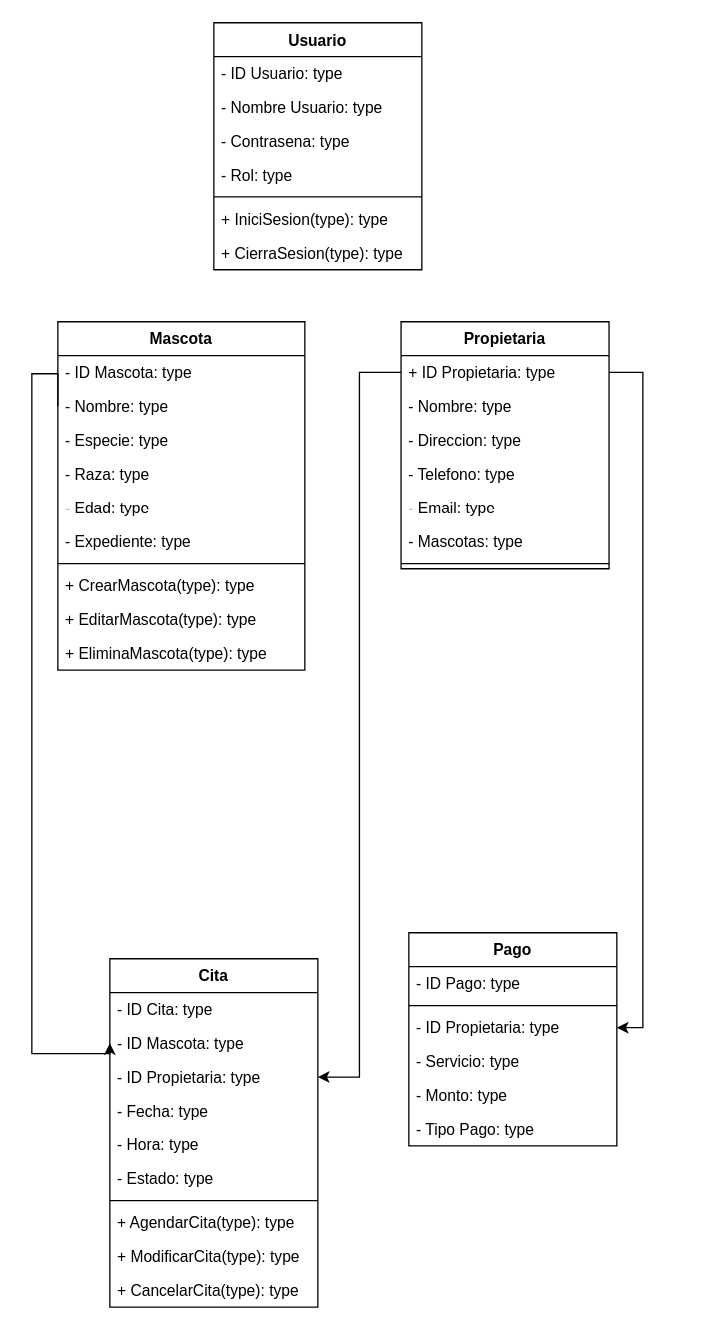
This is Diagrama sin título.drawio from NixieNixi/diagramaClases, a draw.io file, before an edit. Source tidied: cells renumbered, new cells numbered last; positions are measured from the earlier drawing's top-left corner, leaving out a move shared by most shapes. Both pictures are drawn from the tidied source at 130%, with x=0, y=0 at pixel (31, 22).
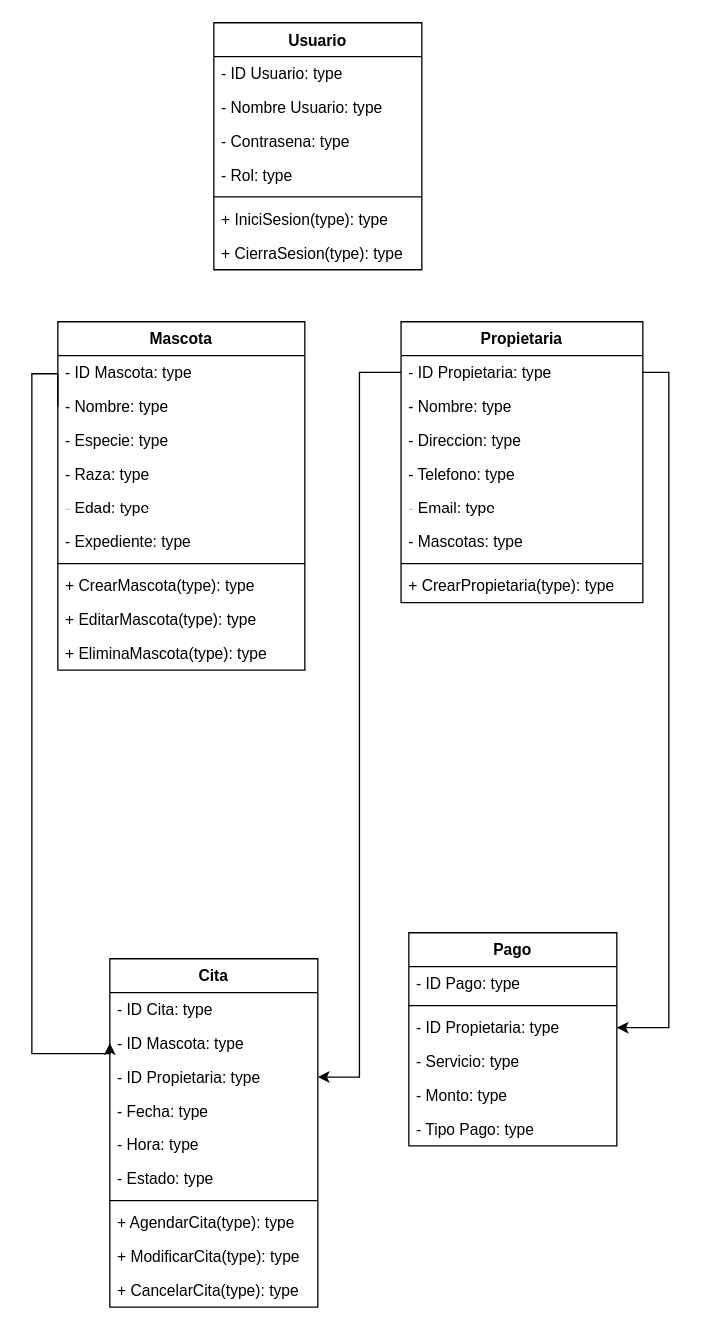
The same diagram, later.

Commit message:
metodo propietario

Change to the diagram source:
```diff
@@
     <mxCell id="13" value="Propietaria" style="swimlane;fontStyle=1;align=center;verticalAlign=top;horizontal=1;startSize=26;whiteSpace=wrap;html=1;" parent="1" vertex="1">
-      <mxGeometry x="284" y="230" width="160" height="190" as="geometry" />
+      <mxGeometry x="284" y="230" width="186" height="216" as="geometry" />
     </mxCell>
-    <mxCell id="14" value="+ ID Propietaria: type" style="text;strokeColor=none;fillColor=none;align=left;verticalAlign=top;spacingLeft=4;spacingRight=4;overflow=hidden;points=[[0,0.5],[1,0.5]];portConstraint=eastwest;whiteSpace=wrap;html=1;" parent="13" vertex="1">
-      <mxGeometry y="26" width="160" height="26" as="geometry" />
+    <mxCell id="14" value="- ID Propietaria: type" style="text;strokeColor=none;fillColor=none;align=left;verticalAlign=top;spacingLeft=4;spacingRight=4;overflow=hidden;points=[[0,0.5],[1,0.5]];portConstraint=eastwest;whiteSpace=wrap;html=1;" parent="13" vertex="1">
+      <mxGeometry y="26" width="186" height="26" as="geometry" />
     </mxCell>
     <mxCell id="15" value="- Nombre: type" style="text;strokeColor=none;fillColor=none;align=left;verticalAlign=top;spacingLeft=4;spacingRight=4;overflow=hidden;whiteSpace=wrap;html=1;" parent="13" vertex="1">
-      <mxGeometry y="52" width="160" height="26" as="geometry" />
+      <mxGeometry y="52" width="186" height="26" as="geometry" />
     </mxCell>
     <mxCell id="16" value="- Direccion&lt;span style=&quot;background-color: initial;&quot;&gt;: type&lt;/span&gt;" style="text;strokeColor=none;fillColor=none;align=left;verticalAlign=top;spacingLeft=4;spacingRight=4;overflow=hidden;whiteSpace=wrap;html=1;" parent="13" vertex="1">
-      <mxGeometry y="78" width="160" height="26" as="geometry" />
+      <mxGeometry y="78" width="186" height="26" as="geometry" />
     </mxCell>
     <mxCell id="17" value="- Telefono&lt;span style=&quot;background-color: initial;&quot;&gt;: type&lt;/span&gt;" style="text;strokeColor=none;fillColor=none;align=left;verticalAlign=top;spacingLeft=4;spacingRight=4;overflow=hidden;whiteSpace=wrap;html=1;" parent="13" vertex="1">
-      <mxGeometry y="104" width="160" height="26" as="geometry" />
+      <mxGeometry y="104" width="186" height="26" as="geometry" />
     </mxCell>
     <mxCell id="18" value="- Email: type" style="text;strokeColor=none;fillColor=none;align=left;verticalAlign=top;spacingLeft=4;spacingRight=4;overflow=hidden;whiteSpace=wrap;html=1;" parent="13" vertex="1">
-      <mxGeometry y="130" width="160" height="26" as="geometry" />
+      <mxGeometry y="130" width="186" height="26" as="geometry" />
     </mxCell>
     <mxCell id="19" value="- Mascotas: type" style="text;strokeColor=none;fillColor=none;align=left;verticalAlign=top;spacingLeft=4;spacingRight=4;overflow=hidden;whiteSpace=wrap;html=1;" parent="13" vertex="1">
-      <mxGeometry y="156" width="160" height="26" as="geometry" />
+      <mxGeometry y="156" width="186" height="26" as="geometry" />
     </mxCell>
     <mxCell id="20" style="line;strokeWidth=1;fillColor=none;align=left;verticalAlign=middle;spacingTop=-1;spacingLeft=3;spacingRight=3;labelPosition=right;strokeColor=inherit;" parent="13" vertex="1">
-      <mxGeometry y="182" width="160" height="8" as="geometry" />
+      <mxGeometry y="182" width="186" height="8" as="geometry" />
     </mxCell>
+    <mxCell id="50" value="+ CrearPropietaria(type): type" style="text;strokeColor=none;fillColor=none;align=left;verticalAlign=top;spacingLeft=4;spacingRight=4;overflow=hidden;whiteSpace=wrap;html=1;" parent="13" vertex="1">
+      <mxGeometry y="190" width="186" height="26" as="geometry" />
+    </mxCell>
```
